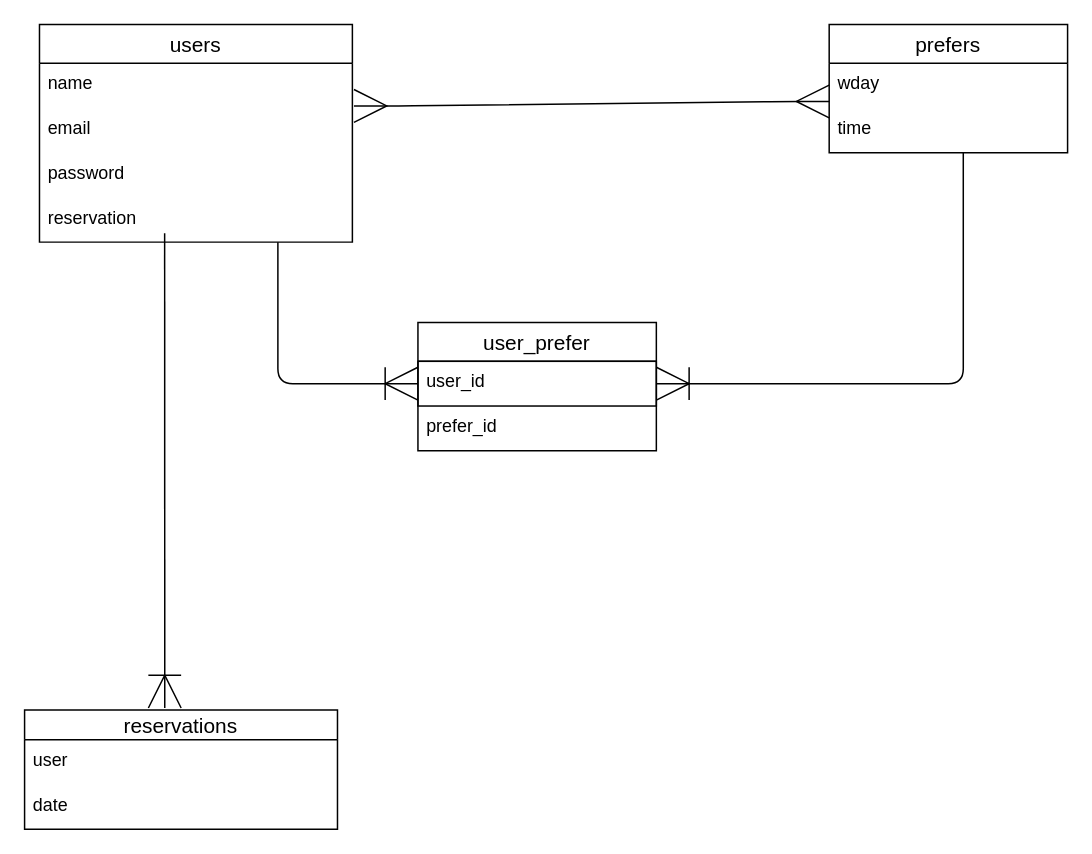
The draw.io diagram nailsalon.dio in iehnfmsm/nailsalon, before the edit. Source tidied: cells renumbered, new cells numbered last; positions are measured from the earlier drawing's top-left corner, leaving out a move shared by most shapes. Both pictures are drawn from the tidied source at 149%, with x=0, y=0 at pixel (24, 24).
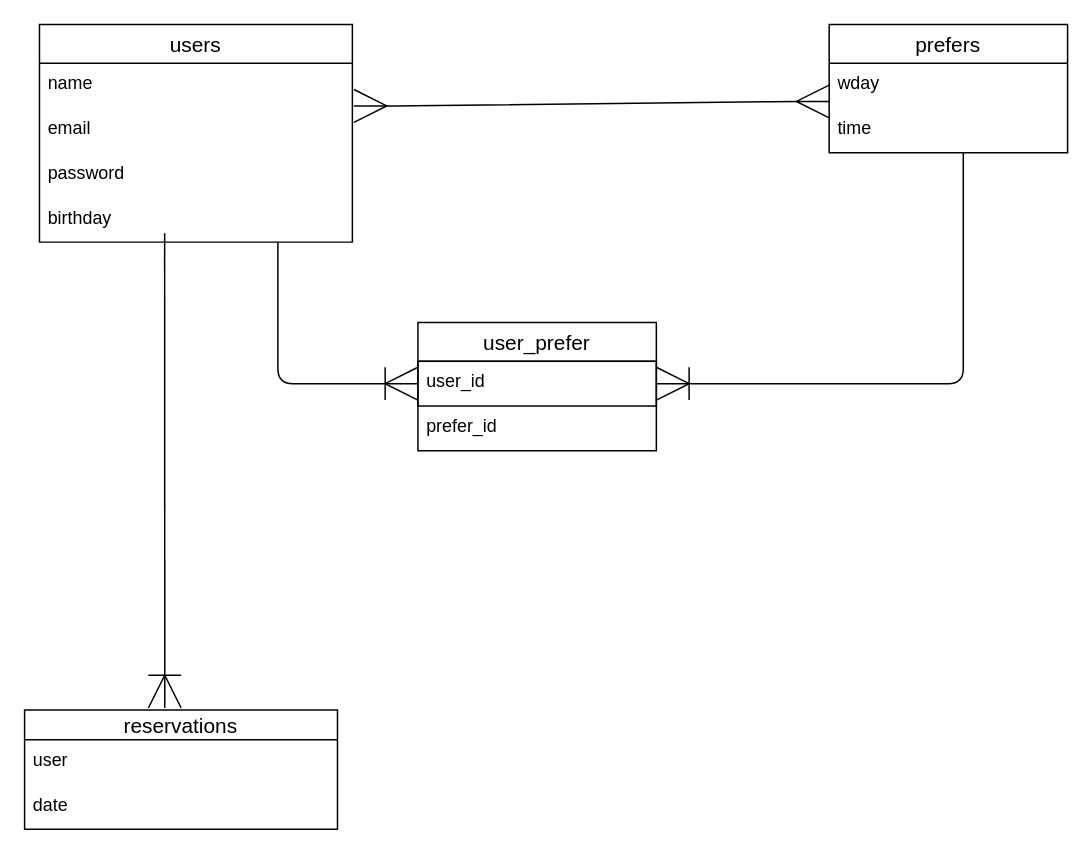
The same diagram, later.

The change refers to these unchanged cells:
```xml
<mxCell id="2" value="users" style="swimlane;fontStyle=0;horizontal=1;startSize=26;align=center;fontSize=14;" parent="1" vertex="1">
  <mxGeometry x="10" width="210" height="146" as="geometry" />
</mxCell>
```

Diff of the diagram source:
```diff
@@
-    <mxCell id="6" value="reservation" style="text;strokeColor=none;fillColor=none;spacingLeft=4;spacingRight=4;overflow=hidden;points=[[0,0.5],[1,0.5]];portConstraint=eastwest;fontSize=12;" parent="2" vertex="1">
+    <mxCell id="6" value="birthday" style="text;strokeColor=none;fillColor=none;spacingLeft=4;spacingRight=4;overflow=hidden;points=[[0,0.5],[1,0.5]];portConstraint=eastwest;fontSize=12;" parent="2" vertex="1">
       <mxGeometry y="116" width="210" height="30" as="geometry" />
     </mxCell>
```
